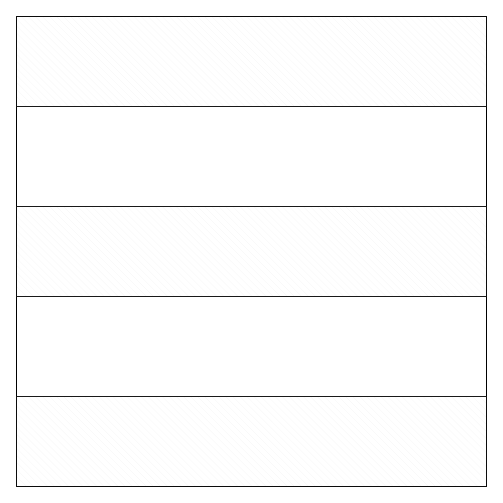
Before: Untitled Diagram8.drawio in Thomas-Pynchon/Thomas-Pynchon.github.io, a draw.io diagram. Source tidied: cells renumbered, new cells numbered last; positions are measured from the earlier drawing's top-left corner, leaving out a move shared by most shapes. Both pictures are drawn from the tidied source at 100%, with x=0, y=0 at pixel (16, 16).
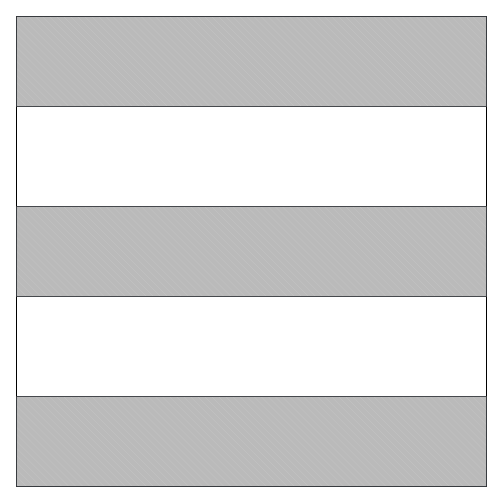
The same diagram, later.

Change to the diagram source:
```diff
@@
 <mxGraphModel>
   <root>
     <mxCell id="0" />
     <mxCell id="1" parent="0" />
     <mxCell id="2" style="whiteSpace=wrap;html=1;" parent="1" vertex="1">
       <mxGeometry width="470" height="470" as="geometry" />
     </mxCell>
-    <mxCell id="3" style="verticalLabelPosition=bottom;verticalAlign=top;html=1;shape=mxgraph.basic.patternFillRect;fillStyle=diagRev;step=5;fillStrokeWidth=0.2;fillStrokeColor=#dddddd;strokeWidth=1;opacity=90;spacing=2;fontSize=12;" parent="1" vertex="1">
+    <mxCell id="3" style="verticalLabelPosition=bottom;verticalAlign=top;html=1;shape=mxgraph.basic.patternFillRect;fillStyle=diagRev;step=5;fillStrokeWidth=0.2;fillStrokeColor=#dddddd;strokeWidth=1;opacity=90;spacing=2;fontSize=12;fillColor=#B3B3B3;strokeColor=#36393d;" parent="1" vertex="1">
       <mxGeometry y="190" width="470" height="90" as="geometry" />
     </mxCell>
-    <mxCell id="4" style="verticalLabelPosition=bottom;verticalAlign=top;html=1;shape=mxgraph.basic.patternFillRect;fillStyle=diagRev;step=5;fillStrokeWidth=0.2;fillStrokeColor=#dddddd;strokeWidth=1;opacity=90;spacing=2;" parent="1" vertex="1">
+    <mxCell id="4" style="verticalLabelPosition=bottom;verticalAlign=top;html=1;shape=mxgraph.basic.patternFillRect;fillStyle=diagRev;step=5;fillStrokeWidth=0.2;fillStrokeColor=#dddddd;strokeWidth=1;opacity=90;spacing=2;horizontal=1;fillColor=#B3B3B3;strokeColor=#36393d;" parent="1" vertex="1">
       <mxGeometry width="470" height="90" as="geometry" />
     </mxCell>
-    <mxCell id="5" style="verticalLabelPosition=bottom;verticalAlign=top;html=1;shape=mxgraph.basic.patternFillRect;fillStyle=diagRev;step=5;fillStrokeWidth=0.2;fillStrokeColor=#dddddd;strokeWidth=1;opacity=90;spacing=2;" parent="1" vertex="1">
+    <mxCell id="5" style="verticalLabelPosition=bottom;verticalAlign=top;html=1;shape=mxgraph.basic.patternFillRect;fillStyle=diagRev;step=5;fillStrokeWidth=0.2;fillStrokeColor=#dddddd;strokeWidth=1;opacity=90;spacing=2;fillColor=#B3B3B3;strokeColor=#36393d;" parent="1" vertex="1">
       <mxGeometry y="380" width="470" height="90" as="geometry" />
     </mxCell>
   </root>
 </mxGraphModel>
```
